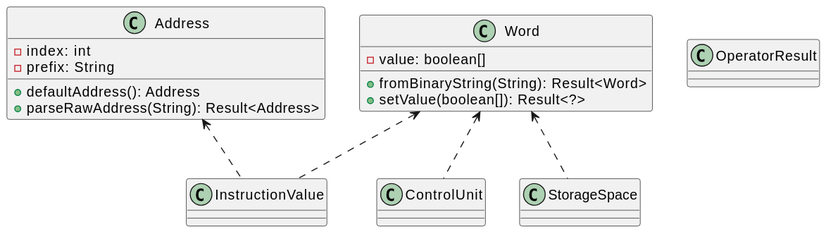
This is doc/clean-dhbw/assets/svg/ValueObjects.svg from Marc738/ase-cpu-sim, a PlantUML export, as it was before one commit. Its diagram source:
```plantuml
@startuml
class Address {
  - index: int
  - prefix: String
  + defaultAddress(): Address
  + parseRawAddress(String): Result<Address>
}

class Word {
  - value: boolean[]
  + fromBinaryString(String): Result<Word>
  + setValue(boolean[]): Result<?>
}

class OperatorResult

Address <.. InstructionValue
Word <.. InstructionValue
Word <.. ControlUnit
Word <.. StorageSpace
@enduml
```
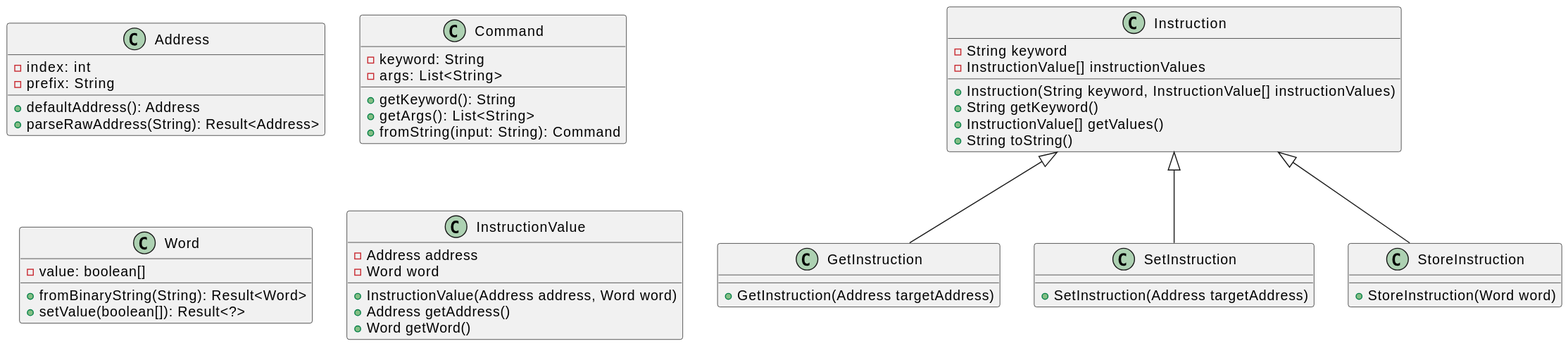
The same file after the commit.

Change to the diagram source:
```diff
@@ -6,16 +6,50 @@
   + parseRawAddress(String): Result<Address>
 }
 
+class Command {
+    - keyword: String
+    - args: List<String>
+    + getKeyword(): String
+    + getArgs(): List<String>
+    + fromString(input: String): Command
+}
+
 class Word {
   - value: boolean[]
   + fromBinaryString(String): Result<Word>
   + setValue(boolean[]): Result<?>
 }
 
-class OperatorResult
+class Instruction {
+    - String keyword
+    - InstructionValue[] instructionValues
+    + Instruction(String keyword, InstructionValue[] instructionValues)
+    + String getKeyword()
+    + InstructionValue[] getValues()
+    + String toString()
+}
 
-Address <.. InstructionValue
-Word <.. InstructionValue
-Word <.. ControlUnit
-Word <.. StorageSpace
+class GetInstruction {
+    + GetInstruction(Address targetAddress)
+}
+
+class SetInstruction {
+    + SetInstruction(Address targetAddress)
+}
+
+class StoreInstruction {
+    + StoreInstruction(Word word)
+}
+
+class InstructionValue {
+    - Address address
+    - Word word
+    + InstructionValue(Address address, Word word)
+    + Address getAddress()
+    + Word getWord()
+}
+
+Instruction <|-- GetInstruction
+Instruction <|-- SetInstruction
+Instruction <|-- StoreInstruction
 @enduml
```
